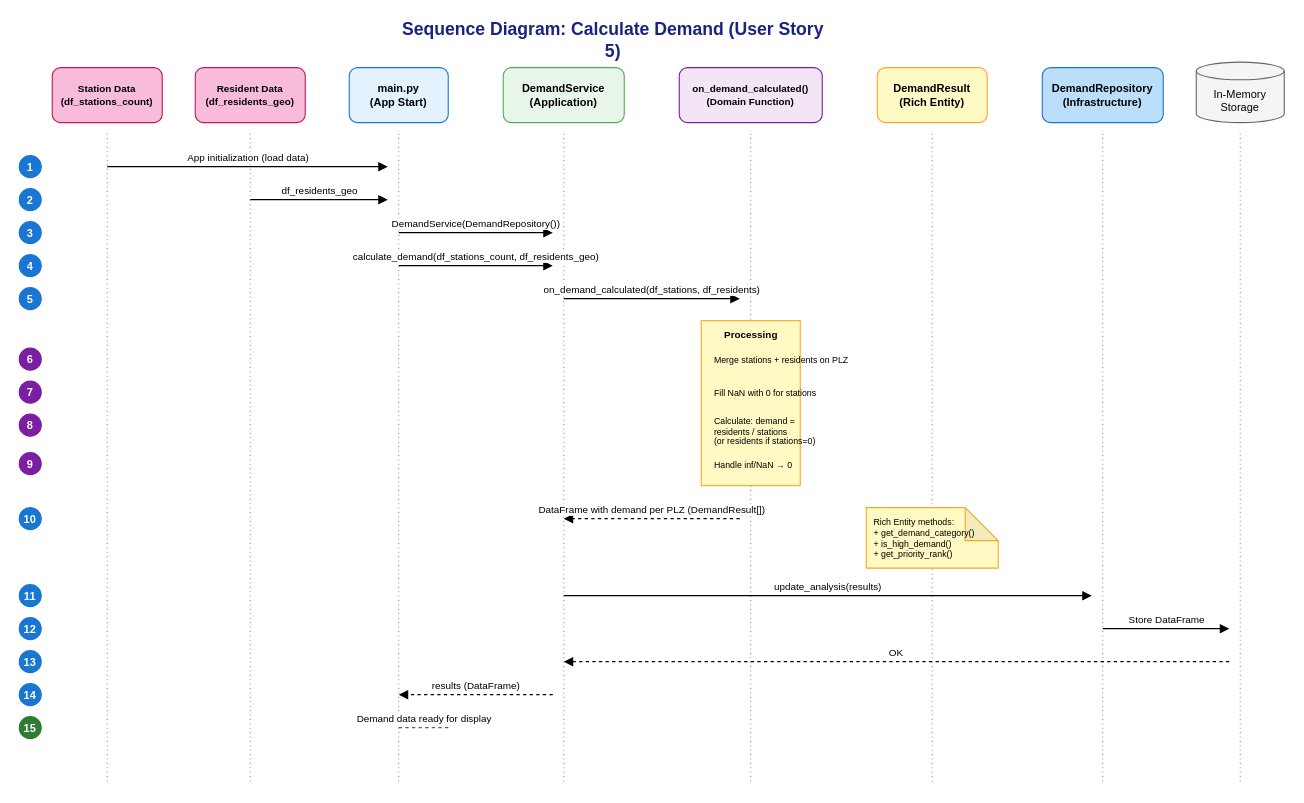
Above: page "1. Calculate Demand" (1 of 2) of docs/user-story-5-sequence-diagrams.drawio in SamuskaAksumas/heatmap-charging-stations (draw.io), before the change. Source tidied: cells renumbered, new cells numbered last; positions are measured from the earlier drawing's top-left corner, leaving out a move shared by most shapes. Both pictures are drawn from the tidied source at 110%, with x=0, y=0 at pixel (19, 23).
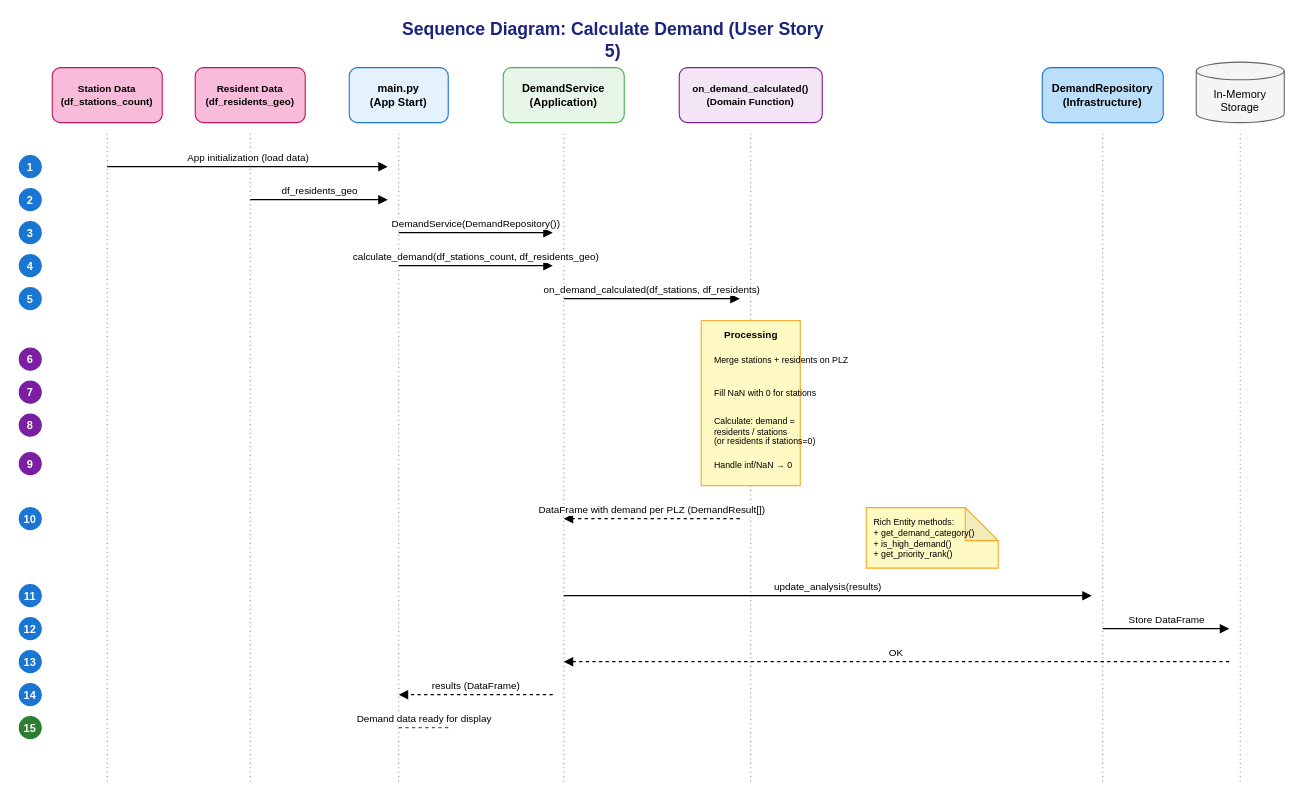
The same diagram, later.

The edit, as a diff of the source:
```diff
@@
-    <mxCell id="13" value="DemandResult&#10;(Rich Entity)" style="rounded=1;whiteSpace=wrap;html=1;fillColor=#fff9c4;strokeColor=#f9a825;fontStyle=1;fontSize=10;" parent="1" vertex="1">
-      <mxGeometry x="780" y="40" width="100" height="50" as="geometry" />
-    </mxCell>
-    <mxCell id="14" style="endArrow=none;dashed=1;html=1;dashPattern=1 3;strokeWidth=1;strokeColor=#999999;" parent="1" edge="1">
-      <mxGeometry relative="1" as="geometry">
-        <mxPoint x="830" y="100" as="sourcePoint" />
-        <mxPoint x="830" y="690" as="targetPoint" />
-      </mxGeometry>
-    </mxCell>
```
